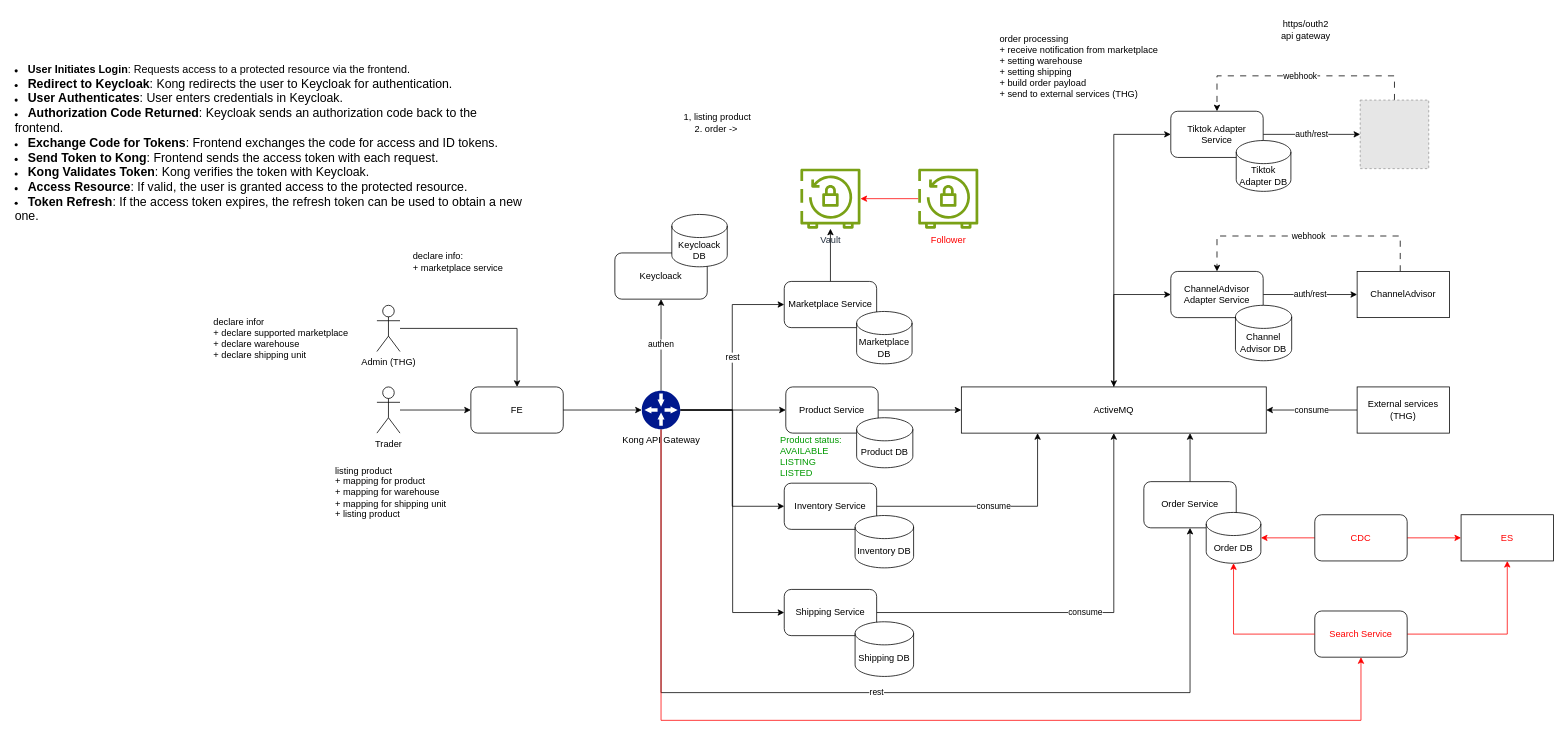
Earlier version of the draw.io diagram page "Page-17" (17 of 17) of hibernate.drawio (minhtran-q/hibernate-knowledge). Source tidied: cells renumbered, new cells numbered last; positions are measured from the earlier drawing's top-left corner, leaving out a move shared by most shapes. Both pictures are drawn from the tidied source at 77%, with x=0, y=0 at pixel (13, 13). Pictures stored in the file or linked from it are replaced by grey dashed boxes.
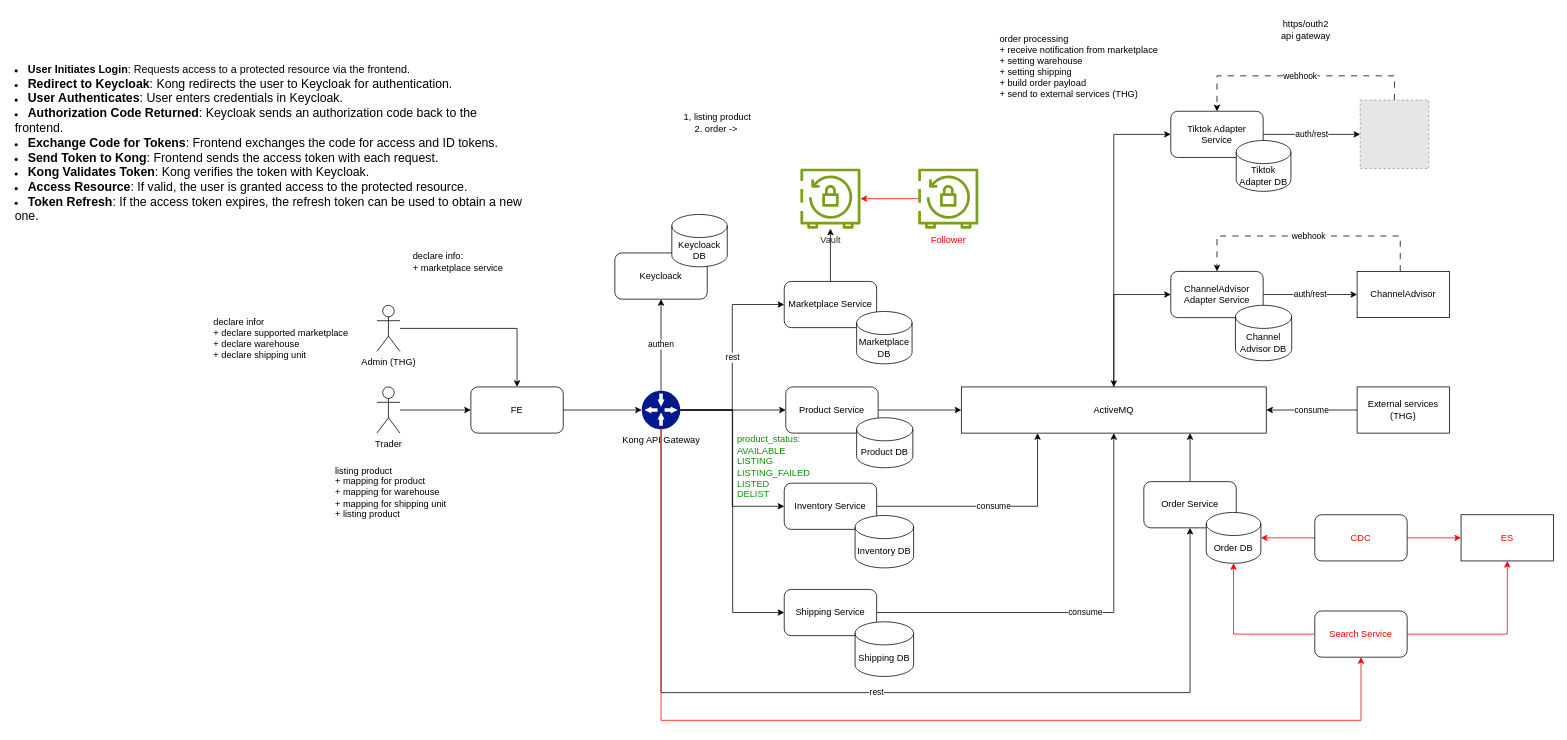
After the change.

What changed in the source:
```diff
@@
-    <mxCell id="59" value="&lt;font color=&quot;#009900&quot;&gt;Product status:&amp;nbsp;&lt;/font&gt;&lt;div&gt;&lt;font color=&quot;#009900&quot;&gt;AVAILABLE&lt;/font&gt;&lt;/div&gt;&lt;div&gt;&lt;font color=&quot;#009900&quot;&gt;LISTING&lt;/font&gt;&lt;/div&gt;&lt;div&gt;&lt;font color=&quot;#009900&quot;&gt;LISTED&lt;/font&gt;&lt;/div&gt;" style="text;html=1;align=left;verticalAlign=middle;strokeColor=none;fillColor=none;" parent="1" vertex="1">
-      <mxGeometry x="994" y="540" width="101" height="70" as="geometry" />
+    <mxCell id="59" value="&lt;font color=&quot;#009900&quot;&gt;product_status:&amp;nbsp;&lt;/font&gt;&lt;div&gt;&lt;font color=&quot;#009900&quot;&gt;AVAILABLE&lt;/font&gt;&lt;/div&gt;&lt;div&gt;&lt;font color=&quot;#009900&quot;&gt;LISTING&lt;/font&gt;&lt;/div&gt;&lt;div&gt;&lt;font color=&quot;#009900&quot;&gt;LISTING_FAILED&lt;/font&gt;&lt;/div&gt;&lt;div&gt;&lt;font color=&quot;#009900&quot;&gt;LISTED&lt;br&gt;DELIST&lt;/font&gt;&lt;/div&gt;" style="text;html=1;align=left;verticalAlign=middle;strokeColor=none;fillColor=none;" parent="1" vertex="1">
+      <mxGeometry x="938" y="540" width="113" height="98" as="geometry" />
     </mxCell>
```
